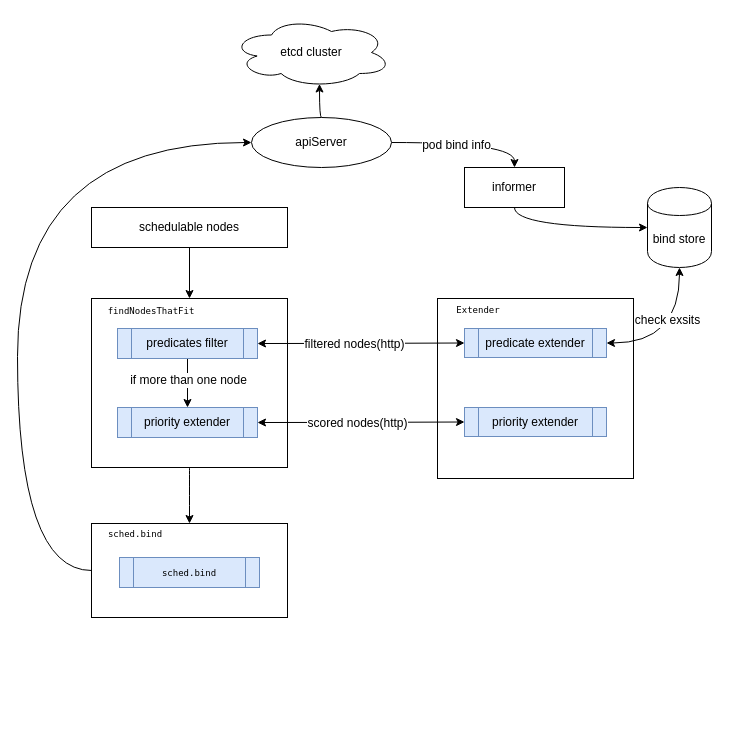
Earlier version of the draw.io diagram pictures/status-scheduler.drawio (lichaojacobs/drawings). Source tidied: cells renumbered, new cells numbered last; positions are measured from the earlier drawing's top-left corner, leaving out a move shared by most shapes. Both pictures are drawn from the tidied source at 100%, with x=0, y=0 at pixel (17, 17).
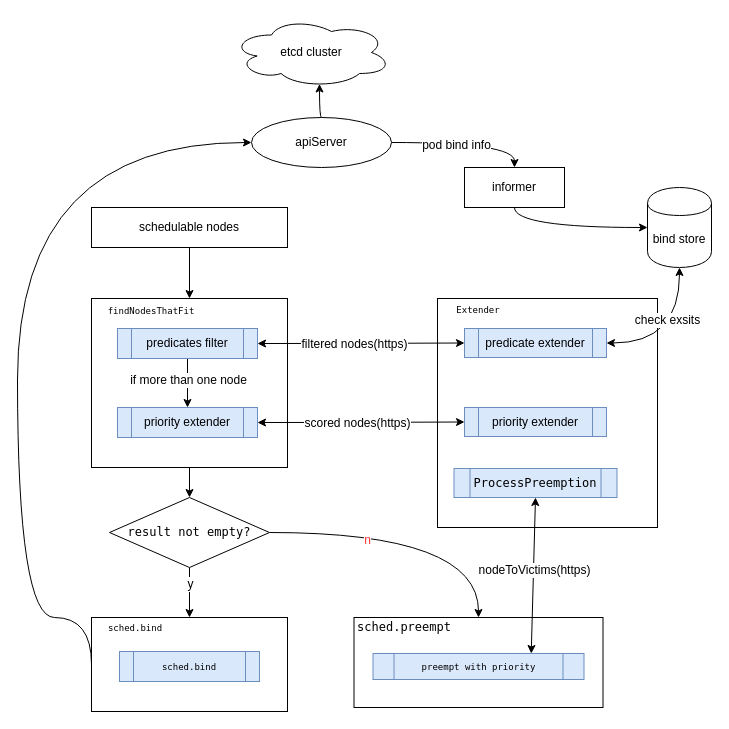
The same diagram, later.

The change refers to these unchanged cells:
```xml
<mxCell id="5" style="rounded=0;whiteSpace=wrap;html=1;" parent="1" vertex="1">
  <mxGeometry x="74" y="281" width="196" height="169" as="geometry" />
</mxCell>
<mxCell id="18" style="edgeStyle=orthogonalEdgeStyle;rounded=0;jettySize=auto;html=1;exitX=1;exitY=0.5;exitDx=0;exitDy=0;entryX=0;entryY=0.5;entryDx=0;entryDy=0;curved=1;startArrow=classic;startFill=1;" parent="1" edge="1" source="11" target="17">
  <mxGeometry relative="1" as="geometry" />
</mxCell>
<mxCell id="21" style="edgeStyle=orthogonalEdgeStyle;curved=1;rounded=0;jettySize=auto;html=1;exitX=1;exitY=0.5;exitDx=0;exitDy=0;startArrow=classic;startFill=1;" parent="1" edge="1" source="12" target="20">
  <mxGeometry relative="1" as="geometry" />
</mxCell>
<mxCell id="32" value="apiServer" style="ellipse;whiteSpace=wrap;html=1;" parent="1" vertex="1">
  <mxGeometry x="234" y="100" width="140" height="50" as="geometry" />
</mxCell>
```

The edit, as a diff of the source:
```diff
@@
-    <mxCell id="4" style="edgeStyle=orthogonalEdgeStyle;curved=1;rounded=0;jettySize=auto;html=1;startArrow=none;startFill=0;endArrow=classic;endFill=1;" parent="1" edge="1" source="5" target="7">
-      <mxGeometry relative="1" as="geometry" />
-    </mxCell>
+    <mxCell id="33" style="edgeStyle=orthogonalEdgeStyle;rounded=0;jettySize=auto;html=1;exitX=0.5;exitY=1;exitDx=0;exitDy=0;" parent="1" edge="1" source="5" target="38">
+      <mxGeometry relative="1" as="geometry" />
+    </mxCell>
@@
     <mxCell id="6" style="edgeStyle=orthogonalEdgeStyle;curved=1;rounded=0;jettySize=auto;html=1;exitX=0;exitY=0.5;exitDx=0;exitDy=0;entryX=0;entryY=0.5;entryDx=0;entryDy=0;startArrow=none;startFill=0;endArrow=classic;endFill=1;" parent="1" edge="1" source="7" target="32">
       <mxGeometry relative="1" as="geometry">
         <Array as="points">
-          <mxPoint y="553" />
+          <mxPoint x="74" y="600" />
+          <mxPoint y="600" />
           <mxPoint y="125" />
         </Array>
       </mxGeometry>
     </mxCell>
     <mxCell id="7" style="rounded=0;whiteSpace=wrap;html=1;" parent="1" vertex="1">
-      <mxGeometry x="74" y="506" width="196" height="94" as="geometry" />
+      <mxGeometry x="74" y="600" width="196" height="94" as="geometry" />
     </mxCell>
@@
     <mxCell id="13" style="rounded=0;whiteSpace=wrap;html=1;" parent="1" vertex="1">
-      <mxGeometry x="420" y="281" width="196" height="180" as="geometry" />
+      <mxGeometry x="420" y="281" width="220" height="229" as="geometry" />
     </mxCell>
@@
-    <mxCell id="19" value="filtered nodes(http)" style="text;html=1;align=center;verticalAlign=middle;labelBackgroundColor=#ffffff;" parent="18" vertex="1">
+    <mxCell id="19" value="filtered nodes(https)" style="text;html=1;align=center;verticalAlign=middle;labelBackgroundColor=#ffffff;" parent="18" vertex="1">
       <mxGeometry x="-0.07" relative="1" as="geometry" />
     </mxCell>
@@
-    <mxCell id="22" value="scored nodes(http)" style="text;html=1;align=center;verticalAlign=middle;labelBackgroundColor=#ffffff;" parent="21" vertex="1">
+    <mxCell id="22" value="scored nodes(https)" style="text;html=1;align=center;verticalAlign=middle;labelBackgroundColor=#ffffff;" parent="21" vertex="1">
       <mxGeometry x="-0.05" relative="1" as="geometry" />
     </mxCell>
@@
     <mxCell id="29" value="&lt;pre style=&quot;background-color: rgb(255 , 255 , 255) ; font-family: &amp;#34;menlo&amp;#34;&quot;&gt;&lt;font style=&quot;font-size: 9px&quot;&gt;sched.bind&lt;/font&gt;&lt;/pre&gt;" style="text;html=1;strokeColor=none;fillColor=none;align=center;verticalAlign=middle;whiteSpace=wrap;rounded=0;" parent="1" vertex="1">
-      <mxGeometry x="76" y="506" width="84" height="20" as="geometry" />
+      <mxGeometry x="76" y="600" width="84" height="20" as="geometry" />
     </mxCell>
     <mxCell id="30" value="&lt;pre style=&quot;font-family: &amp;#34;menlo&amp;#34;&quot;&gt;&lt;font style=&quot;font-size: 9px&quot;&gt;sched.bind&lt;/font&gt;&lt;/pre&gt;" style="shape=process;whiteSpace=wrap;html=1;backgroundOutline=1;fillColor=#dae8fc;strokeColor=#6c8ebf;" parent="1" vertex="1">
-      <mxGeometry x="102" y="540" width="140" height="30" as="geometry" />
+      <mxGeometry x="102" y="634" width="140" height="30" as="geometry" />
     </mxCell>
@@
+    <mxCell id="34" style="edgeStyle=orthogonalEdgeStyle;rounded=0;jettySize=auto;html=1;exitX=0.5;exitY=1;exitDx=0;exitDy=0;entryX=0.5;entryY=0;entryDx=0;entryDy=0;" parent="1" edge="1" source="38" target="7">
+      <mxGeometry relative="1" as="geometry" />
+    </mxCell>
+    <mxCell id="35" value="y" style="text;html=1;align=center;verticalAlign=middle;labelBackgroundColor=#ffffff;" parent="34" vertex="1">
+      <mxGeometry x="-0.36" relative="1" as="geometry" />
+    </mxCell>
+    <mxCell id="36" style="edgeStyle=orthogonalEdgeStyle;rounded=0;jettySize=auto;html=1;exitX=1;exitY=0.5;exitDx=0;exitDy=0;entryX=0.5;entryY=0;entryDx=0;entryDy=0;curved=1;" parent="1" edge="1" source="38" target="39">
+      <mxGeometry relative="1" as="geometry" />
+    </mxCell>
+    <mxCell id="37" value="&lt;font color=&quot;#ff3333&quot;&gt;n&lt;/font&gt;" style="text;html=1;align=center;verticalAlign=middle;labelBackgroundColor=#ffffff;" parent="36" vertex="1">
+      <mxGeometry x="-0.34" y="-7" relative="1" as="geometry" />
+    </mxCell>
+    <mxCell id="38" value="&lt;pre style=&quot;background-color: #ffffff ; color: #121314 ; font-family: &amp;#34;menlo&amp;#34; ; font-size: 9.0pt&quot;&gt;&lt;span style=&quot;color: #000000&quot;&gt;result not empty?&lt;/span&gt;&lt;/pre&gt;" style="rhombus;whiteSpace=wrap;html=1;" parent="1" vertex="1">
+      <mxGeometry x="92" y="480" width="160" height="70" as="geometry" />
+    </mxCell>
+    <mxCell id="39" style="rounded=0;whiteSpace=wrap;html=1;" parent="1" vertex="1">
+      <mxGeometry x="336.5" y="600" width="249" height="90" as="geometry" />
+    </mxCell>
+    <mxCell id="40" value="&lt;pre style=&quot;background-color: rgb(255 , 255 , 255) ; font-family: &amp;#34;menlo&amp;#34;&quot;&gt;&lt;pre style=&quot;font-family: &amp;#34;menlo&amp;#34; ; font-size: 9pt&quot;&gt;sched.preempt&lt;/pre&gt;&lt;/pre&gt;" style="text;html=1;strokeColor=none;fillColor=none;align=center;verticalAlign=middle;whiteSpace=wrap;rounded=0;" parent="1" vertex="1">
+      <mxGeometry x="336.5" y="600" width="100" height="20" as="geometry" />
+    </mxCell>
+    <mxCell id="41" value="&lt;pre style=&quot;font-family: &amp;#34;menlo&amp;#34;&quot;&gt;&lt;font style=&quot;font-size: 9px&quot;&gt;preempt with priority&lt;/font&gt;&lt;/pre&gt;" style="shape=process;whiteSpace=wrap;html=1;backgroundOutline=1;fillColor=#dae8fc;strokeColor=#6c8ebf;" parent="1" vertex="1">
+      <mxGeometry x="355.5" y="636" width="211" height="26" as="geometry" />
+    </mxCell>
+    <mxCell id="42" style="rounded=0;jettySize=auto;html=1;exitX=0.5;exitY=1;exitDx=0;exitDy=0;entryX=0.75;entryY=0;entryDx=0;entryDy=0;startArrow=classic;startFill=1;" parent="1" edge="1" source="44" target="41">
+      <mxGeometry relative="1" as="geometry" />
+    </mxCell>
+    <mxCell id="43" value="nodeToVictims(https)" style="text;html=1;align=center;verticalAlign=middle;labelBackgroundColor=#ffffff;" parent="42" vertex="1">
+      <mxGeometry x="-0.06" relative="1" as="geometry" />
+    </mxCell>
+    <mxCell id="44" value="&lt;pre style=&quot;font-family: &amp;#34;menlo&amp;#34; ; font-size: 9pt&quot;&gt;ProcessPreemption&lt;/pre&gt;" style="shape=process;whiteSpace=wrap;html=1;backgroundOutline=1;fillColor=#dae8fc;strokeColor=#6c8ebf;" parent="1" vertex="1">
+      <mxGeometry x="436.5" y="451" width="163" height="29" as="geometry" />
+    </mxCell>
```
